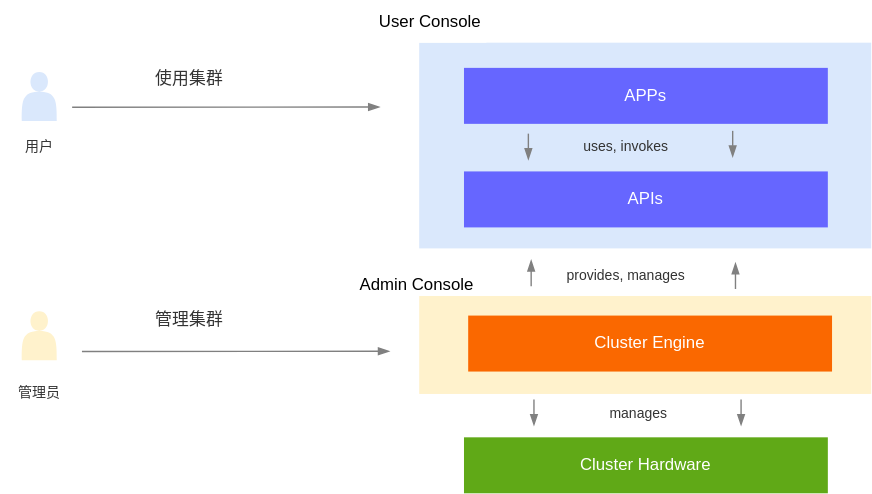
t9k/ucman keeps this draw.io diagram as src/assets/overview/t9k-arch.drawio.svg. Above is the earlier version. Source tidied: cells renumbered, new cells last; positions are measured from the earlier drawing's top-left corner, leaving out a move shared by most shapes.
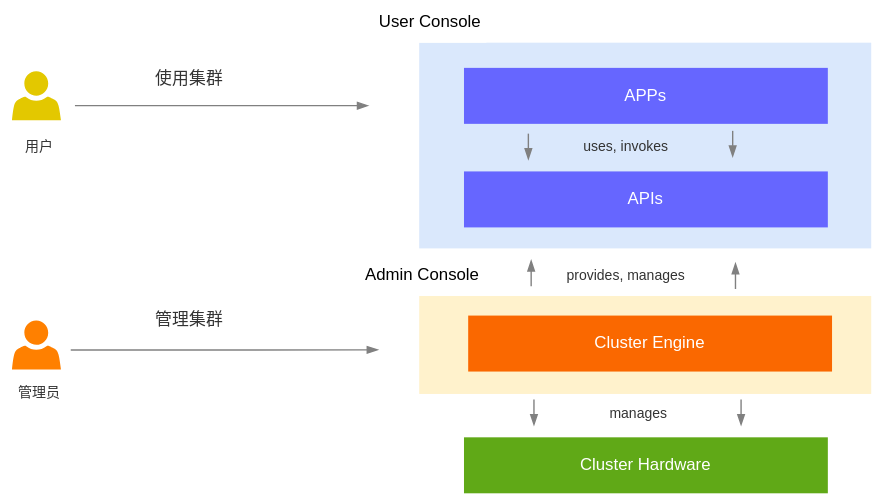
Above is the later version.

The edit, as a diff of the source:
```diff
@@ -16,13 +16,10 @@
     </mxCell>
     <mxCell id="6" style="edgeStyle=none;html=1;fontColor=#FFFFFF;strokeColor=#808080;endArrow=blockThin;endFill=1;" parent="1" edge="1">
       <mxGeometry relative="1" as="geometry">
-        <mxPoint x="51" y="76.1" as="sourcePoint" />
-        <mxPoint x="271" y="76" as="targetPoint" />
+        <mxPoint x="53" y="75" as="sourcePoint" />
+        <mxPoint x="263" y="75" as="targetPoint" />
       </mxGeometry>
     </mxCell>
-    <mxCell id="7" style="shape=actor;whiteSpace=wrap;html=1;fillColor=#dae8fc;strokeColor=none;" parent="1" vertex="1">
-      <mxGeometry x="15" y="51" width="25" height="35" as="geometry" />
-    </mxCell>
     <mxCell id="8" value="&lt;font&gt;APIs&lt;/font&gt;" style="rounded=0;whiteSpace=wrap;html=1;fillColor=#6666FF;strokeColor=none;fontColor=#FFFFFF;" parent="1" vertex="1">
       <mxGeometry x="331" y="122" width="260" height="40" as="geometry" />
     </mxCell>
@@ -80,9 +77,6 @@
     <mxCell id="20" value="&lt;font color=&quot;#333333&quot; style=&quot;font-size: 10px;&quot;&gt;manages&lt;/font&gt;" style="text;html=1;strokeColor=none;fillColor=none;align=center;verticalAlign=middle;whiteSpace=wrap;rounded=0;" parent="1" vertex="1">
       <mxGeometry x="405" y="284" width="102" height="21" as="geometry" />
     </mxCell>
-    <mxCell id="21" style="shape=actor;whiteSpace=wrap;html=1;fillColor=#fff2cc;strokeColor=none;" parent="1" vertex="1">
-      <mxGeometry x="15" y="222" width="25" height="35" as="geometry" />
-    </mxCell>
     <mxCell id="22" value="&lt;font color=&quot;#333333&quot;&gt;&lt;span style=&quot;font-size: 10px;&quot;&gt;用户&lt;/span&gt;&lt;/font&gt;" style="text;html=1;strokeColor=none;fillColor=none;align=center;verticalAlign=middle;whiteSpace=wrap;rounded=0;" parent="1" vertex="1">
       <mxGeometry x="0.5" y="93" width="54" height="21" as="geometry" />
     </mxCell>
@@ -91,15 +85,21 @@
     </mxCell>
     <mxCell id="24" style="edgeStyle=none;html=1;fontColor=#FFFFFF;strokeColor=#808080;endArrow=blockThin;endFill=1;" parent="1" edge="1">
       <mxGeometry relative="1" as="geometry">
-        <mxPoint x="58" y="250.6" as="sourcePoint" />
-        <mxPoint x="278" y="250.5" as="targetPoint" />
+        <mxPoint x="50" y="249.6" as="sourcePoint" />
+        <mxPoint x="270" y="249.5" as="targetPoint" />
       </mxGeometry>
     </mxCell>
     <mxCell id="25" value="Admin Console" style="text;html=1;strokeColor=none;fillColor=none;align=center;verticalAlign=middle;whiteSpace=wrap;rounded=0;" parent="1" vertex="1">
-      <mxGeometry x="252" y="188" width="91" height="30" as="geometry" />
+      <mxGeometry x="256" y="181" width="91" height="30" as="geometry" />
     </mxCell>
     <mxCell id="26" value="&lt;div style=&quot;&quot;&gt;&lt;span style=&quot;background-color: initial;&quot;&gt;&lt;font color=&quot;#333333&quot;&gt;管理集群&lt;/font&gt;&lt;/span&gt;&lt;br&gt;&lt;/div&gt;" style="text;html=1;strokeColor=none;fillColor=none;align=left;verticalAlign=middle;whiteSpace=wrap;rounded=0;" parent="1" vertex="1">
       <mxGeometry x="109" y="213" width="131" height="30" as="geometry" />
     </mxCell>
+    <mxCell id="27" style="sketch=0;shadow=0;dashed=0;html=1;strokeColor=none;fillColor=#e3c800;labelPosition=center;verticalLabelPosition=bottom;verticalAlign=top;align=center;shape=mxgraph.office.users.user;fontColor=#000000;" parent="1" vertex="1">
+      <mxGeometry x="8" y="50.5" width="35" height="35" as="geometry" />
+    </mxCell>
+    <mxCell id="28" style="sketch=0;shadow=0;dashed=0;html=1;strokeColor=none;fillColor=#FF8000;labelPosition=center;verticalLabelPosition=bottom;verticalAlign=top;align=center;shape=mxgraph.office.users.user;fontColor=#000000;" parent="1" vertex="1">
+      <mxGeometry x="8" y="228.5" width="35" height="35" as="geometry" />
+    </mxCell>
   </root>
 </mxGraphModel>
```
